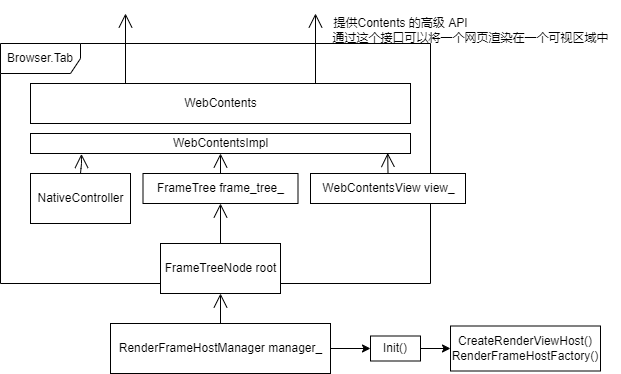
Above: chromium/chromium/WebLoader/markdownimage/FrameTree.drawio.png in Oreoxp/StudyDiary (draw.io), before the change. Source tidied: cells renumbered, new cells last; positions are measured from the earlier drawing's top-left corner, leaving out a move shared by most shapes.
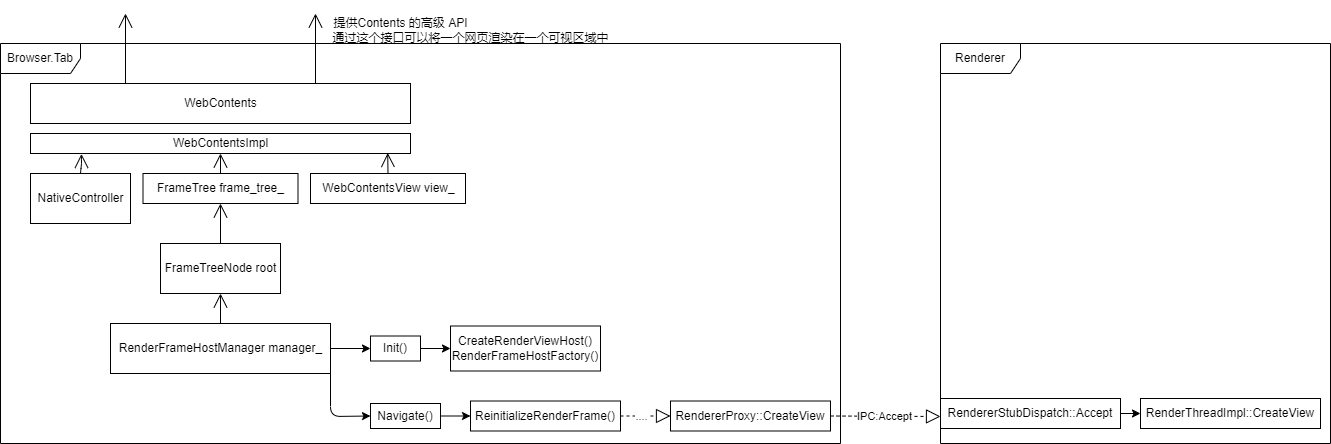
The same diagram one commit later.

What changed in the source:
```diff
@@ -3,7 +3,7 @@
     <mxCell id="0" />
     <mxCell id="1" parent="0" />
     <mxCell id="2" value="Browser.Tab" style="shape=umlFrame;whiteSpace=wrap;html=1;width=80;height=30;" parent="1" vertex="1">
-      <mxGeometry y="35" width="430" height="240" as="geometry" />
+      <mxGeometry y="35" width="840" height="400" as="geometry" />
     </mxCell>
     <mxCell id="3" value="WebContents" style="html=1;" parent="1" vertex="1">
       <mxGeometry x="30" y="75" width="380" height="40" as="geometry" />
@@ -73,5 +73,54 @@
     <mxCell id="22" style="endArrow=open;endFill=1;endSize=12;html=1;exitX=0.5;exitY=0;exitDx=0;exitDy=0;entryX=0.94;entryY=0.972;entryDx=0;entryDy=0;entryPerimeter=0;" parent="1" edge="1" source="21" target="8">
       <mxGeometry relative="1" as="geometry" />
     </mxCell>
+    <mxCell id="23" style="endArrow=block;dashed=1;endFill=0;endSize=12;html=1;exitX=1;exitY=0.5;exitDx=0;exitDy=0;" parent="1" edge="1" source="29">
+      <mxGeometry relative="1" as="geometry">
+        <mxPoint x="940" y="408" as="targetPoint" />
+      </mxGeometry>
+    </mxCell>
+    <mxCell id="24" value="IPC:Accept" style="edgeLabel;html=1;align=center;verticalAlign=middle;" parent="23" vertex="1">
+      <mxGeometry x="0.15" relative="1" as="geometry">
+        <mxPoint x="-9" as="offset" />
+      </mxGeometry>
+    </mxCell>
+    <mxCell id="25" value="Navigate()" style="whiteSpace=wrap;html=1;" parent="1" vertex="1">
+      <mxGeometry x="370" y="395" width="70" height="25" as="geometry" />
+    </mxCell>
+    <mxCell id="26" style="edgeStyle=none;html=1;exitX=1;exitY=1;exitDx=0;exitDy=0;entryX=0;entryY=0.5;entryDx=0;entryDy=0;" parent="1" edge="1" source="14" target="25">
+      <mxGeometry relative="1" as="geometry">
+        <Array as="points">
+          <mxPoint x="330" y="408" />
+        </Array>
+      </mxGeometry>
+    </mxCell>
+    <mxCell id="27" value="ReinitializeRenderFrame()" style="whiteSpace=wrap;html=1;" parent="1" vertex="1">
+      <mxGeometry x="470" y="392.5" width="150" height="30" as="geometry" />
+    </mxCell>
+    <mxCell id="28" style="edgeStyle=none;html=1;exitX=1;exitY=0.5;exitDx=0;exitDy=0;entryX=0;entryY=0.5;entryDx=0;entryDy=0;" parent="1" edge="1" source="25" target="27">
+      <mxGeometry relative="1" as="geometry" />
+    </mxCell>
+    <mxCell id="29" value="RendererProxy::CreateView" style="whiteSpace=wrap;html=1;" parent="1" vertex="1">
+      <mxGeometry x="670" y="392.5" width="160" height="30" as="geometry" />
+    </mxCell>
+    <mxCell id="30" style="endArrow=block;dashed=1;endFill=0;endSize=12;html=1;exitX=1;exitY=0.5;exitDx=0;exitDy=0;entryX=0;entryY=0.5;entryDx=0;entryDy=0;" parent="1" edge="1" source="27" target="29">
+      <mxGeometry relative="1" as="geometry" />
+    </mxCell>
+    <mxCell id="31" value="...." style="edgeLabel;html=1;align=center;verticalAlign=middle;" parent="30" vertex="1">
+      <mxGeometry x="0.15" relative="1" as="geometry">
+        <mxPoint x="-9" as="offset" />
+      </mxGeometry>
+    </mxCell>
+    <mxCell id="32" value="Renderer" style="shape=umlFrame;whiteSpace=wrap;html=1;width=80;height=30;" parent="1" vertex="1">
+      <mxGeometry x="940" y="35" width="390" height="400" as="geometry" />
+    </mxCell>
+    <mxCell id="33" value="RendererStubDispatch::Accept" style="whiteSpace=wrap;html=1;" parent="1" vertex="1">
+      <mxGeometry x="940" y="390" width="180" height="30" as="geometry" />
+    </mxCell>
+    <mxCell id="34" style="edgeStyle=none;html=1;exitX=1;exitY=0.5;exitDx=0;exitDy=0;entryX=0;entryY=0.5;entryDx=0;entryDy=0;" parent="1" edge="1" source="33" target="35">
+      <mxGeometry relative="1" as="geometry" />
+    </mxCell>
+    <mxCell id="35" value="RenderThreadImpl::CreateView" style="whiteSpace=wrap;html=1;" parent="1" vertex="1">
+      <mxGeometry x="1140" y="390" width="180" height="30" as="geometry" />
+    </mxCell>
   </root>
 </mxGraphModel>
```
